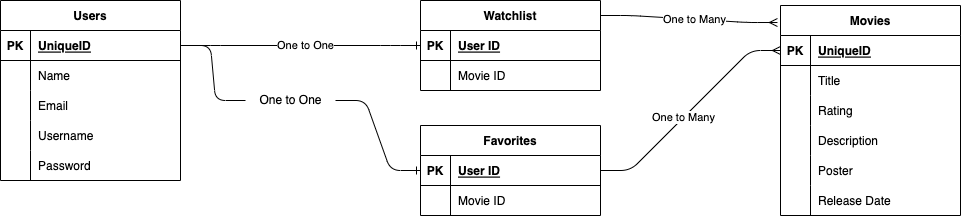
awellsbiz/mavericks-mern-server keeps this draw.io diagram as ERD.drawio.png. Above is the earlier version. Source tidied: cells renumbered, new cells last; positions are measured from the earlier drawing's top-left corner, leaving out a move shared by most shapes.
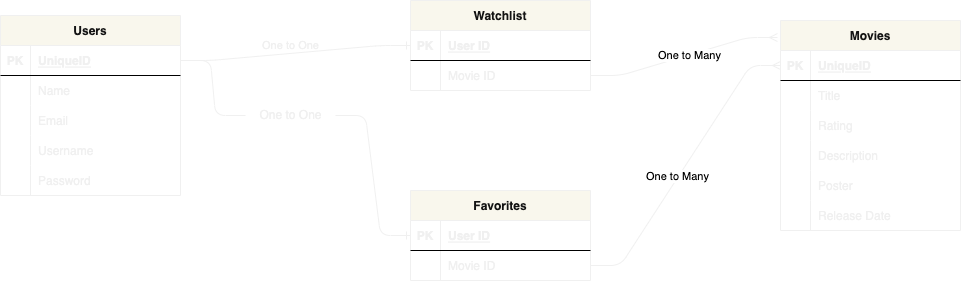
The same diagram one commit later.

Diff of the diagram source:
```diff
@@ -2,16 +2,16 @@
   <root>
     <mxCell id="0" />
     <mxCell id="1" parent="0" />
-    <mxCell id="2" value="Users" style="shape=table;startSize=30;rowLines=0;fontStyle=1;align=center;" parent="1" vertex="1">
+    <mxCell id="2" value="Users" style="shape=table;startSize=30;rowLines=0;fontStyle=1;align=center;fillColor=#f9f7ed;strokeColor=#F0F0F0;fontColor=#141414;" parent="1" vertex="1">
       <mxGeometry width="180" height="180" as="geometry" />
     </mxCell>
     <mxCell id="3" style="shape=tableRow;horizontal=0;startSize=0;swimlaneHead=0;swimlaneBody=0;fillColor=none;points=[[0,0.5],[1,0.5]];portConstraint=eastwest;top=0;left=0;right=0;bottom=1;" parent="2" vertex="1">
       <mxGeometry y="30" width="180" height="30" as="geometry" />
     </mxCell>
-    <mxCell id="4" value="PK" style="shape=partialRectangle;fillColor=none;top=0;left=0;bottom=0;right=0;fontStyle=1;overflow=hidden;" parent="3" vertex="1">
+    <mxCell id="4" value="PK" style="shape=partialRectangle;fillColor=none;top=0;left=0;bottom=0;right=0;fontStyle=1;overflow=hidden;fontColor=#F0F0F0;" parent="3" vertex="1">
       <mxGeometry width="30" height="30" as="geometry" />
     </mxCell>
-    <mxCell id="5" value="UniqueID" style="shape=partialRectangle;fillColor=none;top=0;left=0;bottom=0;right=0;align=left;spacingLeft=6;fontStyle=5;overflow=hidden;" parent="3" vertex="1">
+    <mxCell id="5" value="UniqueID" style="shape=partialRectangle;fillColor=none;top=0;left=0;bottom=0;right=0;align=left;spacingLeft=6;fontStyle=5;overflow=hidden;fontColor=#F0F0F0;" parent="3" vertex="1">
       <mxGeometry x="30" width="150" height="30" as="geometry" />
     </mxCell>
     <mxCell id="6" style="shape=tableRow;horizontal=0;startSize=0;swimlaneHead=0;swimlaneBody=0;fillColor=none;top=0;left=0;right=0;bottom=0;" parent="2" vertex="1">
@@ -20,7 +20,7 @@
     <mxCell id="7" style="shape=partialRectangle;fillColor=none;top=0;left=0;bottom=0;right=0;overflow=hidden;" parent="6" vertex="1">
       <mxGeometry width="30" height="30" as="geometry" />
     </mxCell>
-    <mxCell id="8" value="Name" style="shape=partialRectangle;fillColor=none;top=0;left=0;bottom=0;right=0;align=left;spacingLeft=6;overflow=hidden;" parent="6" vertex="1">
+    <mxCell id="8" value="Name" style="shape=partialRectangle;fillColor=none;top=0;left=0;bottom=0;right=0;align=left;spacingLeft=6;overflow=hidden;fontColor=#F0F0F0;" parent="6" vertex="1">
       <mxGeometry x="30" width="150" height="30" as="geometry" />
     </mxCell>
     <mxCell id="9" style="shape=tableRow;horizontal=0;startSize=0;swimlaneHead=0;swimlaneBody=0;fillColor=none;top=0;left=0;right=0;bottom=0;" parent="2" vertex="1">
@@ -29,7 +29,7 @@
     <mxCell id="10" style="shape=partialRectangle;fillColor=none;top=0;left=0;bottom=0;right=0;overflow=hidden;" parent="9" vertex="1">
       <mxGeometry width="30" height="30" as="geometry" />
     </mxCell>
-    <mxCell id="11" value="Email" style="shape=partialRectangle;fillColor=none;top=0;left=0;bottom=0;right=0;align=left;spacingLeft=6;overflow=hidden;" parent="9" vertex="1">
+    <mxCell id="11" value="Email" style="shape=partialRectangle;fillColor=none;top=0;left=0;bottom=0;right=0;align=left;spacingLeft=6;overflow=hidden;fontColor=#F0F0F0;" parent="9" vertex="1">
       <mxGeometry x="30" width="150" height="30" as="geometry" />
     </mxCell>
     <mxCell id="12" style="shape=tableRow;horizontal=0;startSize=0;swimlaneHead=0;swimlaneBody=0;fillColor=none;top=0;left=0;right=0;bottom=0;" parent="2" vertex="1">
@@ -38,7 +38,7 @@
     <mxCell id="13" style="shape=partialRectangle;fillColor=none;top=0;left=0;bottom=0;right=0;overflow=hidden;" parent="12" vertex="1">
       <mxGeometry width="30" height="30" as="geometry" />
     </mxCell>
-    <mxCell id="14" value="Username" style="shape=partialRectangle;fillColor=none;top=0;left=0;bottom=0;right=0;align=left;spacingLeft=6;overflow=hidden;" parent="12" vertex="1">
+    <mxCell id="14" value="Username" style="shape=partialRectangle;fillColor=none;top=0;left=0;bottom=0;right=0;align=left;spacingLeft=6;overflow=hidden;fontColor=#F0F0F0;" parent="12" vertex="1">
       <mxGeometry x="30" width="150" height="30" as="geometry" />
     </mxCell>
     <mxCell id="15" style="shape=tableRow;horizontal=0;startSize=0;swimlaneHead=0;swimlaneBody=0;fillColor=none;top=0;left=0;right=0;bottom=0;" parent="2" vertex="1">
@@ -47,19 +47,19 @@
     <mxCell id="16" style="shape=partialRectangle;fillColor=none;top=0;left=0;bottom=0;right=0;overflow=hidden;" parent="15" vertex="1">
       <mxGeometry width="30" height="30" as="geometry" />
     </mxCell>
-    <mxCell id="17" value="Password" style="shape=partialRectangle;fillColor=none;top=0;left=0;bottom=0;right=0;align=left;spacingLeft=6;overflow=hidden;" parent="15" vertex="1">
+    <mxCell id="17" value="Password" style="shape=partialRectangle;fillColor=none;top=0;left=0;bottom=0;right=0;align=left;spacingLeft=6;overflow=hidden;fontColor=#F0F0F0;" parent="15" vertex="1">
       <mxGeometry x="30" width="150" height="30" as="geometry" />
     </mxCell>
-    <mxCell id="18" value="Movies" style="shape=table;startSize=30;rowLines=0;fontStyle=1;align=center;" parent="1" vertex="1">
+    <mxCell id="18" value="Movies" style="shape=table;startSize=30;rowLines=0;fontStyle=1;align=center;fillColor=#f9f7ed;strokeColor=#F0F0F0;fontColor=#141414;" parent="1" vertex="1">
       <mxGeometry x="780" y="5" width="180" height="210" as="geometry" />
     </mxCell>
     <mxCell id="19" style="shape=tableRow;horizontal=0;startSize=0;swimlaneHead=0;swimlaneBody=0;fillColor=none;points=[[0,0.5],[1,0.5]];portConstraint=eastwest;top=0;left=0;right=0;bottom=1;" parent="18" vertex="1">
       <mxGeometry y="30" width="180" height="30" as="geometry" />
     </mxCell>
-    <mxCell id="20" value="PK" style="shape=partialRectangle;fillColor=none;top=0;left=0;bottom=0;right=0;fontStyle=1;overflow=hidden;" parent="19" vertex="1">
+    <mxCell id="20" value="PK" style="shape=partialRectangle;fillColor=none;top=0;left=0;bottom=0;right=0;fontStyle=1;overflow=hidden;fontColor=#F0F0F0;" parent="19" vertex="1">
       <mxGeometry width="30" height="30" as="geometry" />
     </mxCell>
-    <mxCell id="21" value="UniqueID" style="shape=partialRectangle;fillColor=none;top=0;left=0;bottom=0;right=0;align=left;spacingLeft=6;fontStyle=5;overflow=hidden;" parent="19" vertex="1">
+    <mxCell id="21" value="UniqueID" style="shape=partialRectangle;fillColor=none;top=0;left=0;bottom=0;right=0;align=left;spacingLeft=6;fontStyle=5;overflow=hidden;fontColor=#F0F0F0;" parent="19" vertex="1">
       <mxGeometry x="30" width="150" height="30" as="geometry" />
     </mxCell>
     <mxCell id="22" style="shape=tableRow;horizontal=0;startSize=0;swimlaneHead=0;swimlaneBody=0;fillColor=none;top=0;left=0;right=0;bottom=0;" parent="18" vertex="1">
@@ -68,7 +68,7 @@
     <mxCell id="23" style="shape=partialRectangle;fillColor=none;top=0;left=0;bottom=0;right=0;overflow=hidden;" parent="22" vertex="1">
       <mxGeometry width="30" height="30" as="geometry" />
     </mxCell>
-    <mxCell id="24" value="Title" style="shape=partialRectangle;fillColor=none;top=0;left=0;bottom=0;right=0;align=left;spacingLeft=6;overflow=hidden;" parent="22" vertex="1">
+    <mxCell id="24" value="Title" style="shape=partialRectangle;fillColor=none;top=0;left=0;bottom=0;right=0;align=left;spacingLeft=6;overflow=hidden;fontColor=#F0F0F0;" parent="22" vertex="1">
       <mxGeometry x="30" width="150" height="30" as="geometry" />
     </mxCell>
     <mxCell id="25" style="shape=tableRow;horizontal=0;startSize=0;swimlaneHead=0;swimlaneBody=0;fillColor=none;top=0;left=0;right=0;bottom=0;" parent="18" vertex="1">
@@ -77,7 +77,7 @@
     <mxCell id="26" style="shape=partialRectangle;fillColor=none;top=0;left=0;bottom=0;right=0;overflow=hidden;" parent="25" vertex="1">
       <mxGeometry width="30" height="30" as="geometry" />
     </mxCell>
-    <mxCell id="27" value="Rating" style="shape=partialRectangle;fillColor=none;top=0;left=0;bottom=0;right=0;align=left;spacingLeft=6;overflow=hidden;" parent="25" vertex="1">
+    <mxCell id="27" value="Rating" style="shape=partialRectangle;fillColor=none;top=0;left=0;bottom=0;right=0;align=left;spacingLeft=6;overflow=hidden;fontColor=#F0F0F0;" parent="25" vertex="1">
       <mxGeometry x="30" width="150" height="30" as="geometry" />
     </mxCell>
     <mxCell id="28" style="shape=tableRow;horizontal=0;startSize=0;swimlaneHead=0;swimlaneBody=0;fillColor=none;top=0;left=0;right=0;bottom=0;" parent="18" vertex="1">
@@ -86,7 +86,7 @@
     <mxCell id="29" value="    " style="shape=partialRectangle;fillColor=none;top=0;left=0;bottom=0;right=0;overflow=hidden;" parent="28" vertex="1">
       <mxGeometry width="30" height="30" as="geometry" />
     </mxCell>
-    <mxCell id="30" value="Description" style="shape=partialRectangle;fillColor=none;top=0;left=0;bottom=0;right=0;align=left;spacingLeft=6;overflow=hidden;" parent="28" vertex="1">
+    <mxCell id="30" value="Description" style="shape=partialRectangle;fillColor=none;top=0;left=0;bottom=0;right=0;align=left;spacingLeft=6;overflow=hidden;fontColor=#F0F0F0;" parent="28" vertex="1">
       <mxGeometry x="30" width="150" height="30" as="geometry" />
     </mxCell>
     <mxCell id="31" style="shape=tableRow;horizontal=0;startSize=0;swimlaneHead=0;swimlaneBody=0;fillColor=none;top=0;left=0;right=0;bottom=0;" parent="18" vertex="1">
@@ -95,7 +95,7 @@
     <mxCell id="32" style="shape=partialRectangle;fillColor=none;top=0;left=0;bottom=0;right=0;overflow=hidden;" parent="31" vertex="1">
       <mxGeometry width="30" height="30" as="geometry" />
     </mxCell>
-    <mxCell id="33" value="Poster" style="shape=partialRectangle;fillColor=none;top=0;left=0;bottom=0;right=0;align=left;spacingLeft=6;overflow=hidden;" parent="31" vertex="1">
+    <mxCell id="33" value="Poster" style="shape=partialRectangle;fillColor=none;top=0;left=0;bottom=0;right=0;align=left;spacingLeft=6;overflow=hidden;fontColor=#F0F0F0;" parent="31" vertex="1">
       <mxGeometry x="30" width="150" height="30" as="geometry" />
     </mxCell>
     <mxCell id="34" style="shape=tableRow;horizontal=0;startSize=0;swimlaneHead=0;swimlaneBody=0;fillColor=none;top=0;left=0;right=0;bottom=0;" parent="18" vertex="1">
@@ -104,19 +104,19 @@
     <mxCell id="35" style="shape=partialRectangle;fillColor=none;top=0;left=0;bottom=0;right=0;overflow=hidden;" parent="34" vertex="1">
       <mxGeometry width="30" height="30" as="geometry" />
     </mxCell>
-    <mxCell id="36" value="Release Date" style="shape=partialRectangle;fillColor=none;top=0;left=0;bottom=0;right=0;align=left;spacingLeft=6;overflow=hidden;" parent="34" vertex="1">
+    <mxCell id="36" value="Release Date" style="shape=partialRectangle;fillColor=none;top=0;left=0;bottom=0;right=0;align=left;spacingLeft=6;overflow=hidden;fontColor=#F0F0F0;" parent="34" vertex="1">
       <mxGeometry x="30" width="150" height="30" as="geometry" />
     </mxCell>
-    <mxCell id="37" value="Watchlist" style="shape=table;startSize=30;rowLines=0;fontStyle=1;align=center;" parent="1" vertex="1">
-      <mxGeometry x="420" width="180" height="90" as="geometry" />
+    <mxCell id="37" value="Watchlist" style="shape=table;startSize=30;rowLines=0;fontStyle=1;align=center;fillColor=#f9f7ed;strokeColor=#F0F0F0;fontColor=#141414;" parent="1" vertex="1">
+      <mxGeometry x="410" y="-15" width="180" height="90" as="geometry" />
     </mxCell>
     <mxCell id="38" style="shape=tableRow;horizontal=0;startSize=0;swimlaneHead=0;swimlaneBody=0;fillColor=none;points=[[0,0.5],[1,0.5]];portConstraint=eastwest;top=0;left=0;right=0;bottom=1;" parent="37" vertex="1">
       <mxGeometry y="30" width="180" height="30" as="geometry" />
     </mxCell>
-    <mxCell id="39" value="PK" style="shape=partialRectangle;fillColor=none;top=0;left=0;bottom=0;right=0;fontStyle=1;overflow=hidden;" parent="38" vertex="1">
+    <mxCell id="39" value="PK" style="shape=partialRectangle;fillColor=none;top=0;left=0;bottom=0;right=0;fontStyle=1;overflow=hidden;fontColor=#F0F0F0;" parent="38" vertex="1">
       <mxGeometry width="30" height="30" as="geometry" />
     </mxCell>
-    <mxCell id="40" value="User ID" style="shape=partialRectangle;fillColor=none;top=0;left=0;bottom=0;right=0;align=left;spacingLeft=6;fontStyle=5;overflow=hidden;" parent="38" vertex="1">
+    <mxCell id="40" value="User ID" style="shape=partialRectangle;fillColor=none;top=0;left=0;bottom=0;right=0;align=left;spacingLeft=6;fontStyle=5;overflow=hidden;fontColor=#F0F0F0;" parent="38" vertex="1">
       <mxGeometry x="30" width="150" height="30" as="geometry" />
     </mxCell>
     <mxCell id="41" style="shape=tableRow;horizontal=0;startSize=0;swimlaneHead=0;swimlaneBody=0;fillColor=none;points=[[0,0.5],[1,0.5]];portConstraint=eastwest;top=0;left=0;right=0;bottom=0;" parent="37" vertex="1">
@@ -125,19 +125,19 @@
     <mxCell id="42" style="shape=partialRectangle;fillColor=none;top=0;left=0;bottom=0;right=0;overflow=hidden;" parent="41" vertex="1">
       <mxGeometry width="30" height="30" as="geometry" />
     </mxCell>
-    <mxCell id="43" value="Movie ID" style="shape=partialRectangle;fillColor=none;top=0;left=0;bottom=0;right=0;align=left;spacingLeft=6;overflow=hidden;" parent="41" vertex="1">
+    <mxCell id="43" value="Movie ID" style="shape=partialRectangle;fillColor=none;top=0;left=0;bottom=0;right=0;align=left;spacingLeft=6;overflow=hidden;fontColor=#F0F0F0;" parent="41" vertex="1">
       <mxGeometry x="30" width="150" height="30" as="geometry" />
     </mxCell>
-    <mxCell id="44" value="Favorites" style="shape=table;startSize=30;rowLines=0;fontStyle=1;align=center;" parent="1" vertex="1">
-      <mxGeometry x="420" y="125" width="180" height="90" as="geometry" />
+    <mxCell id="44" value="Favorites" style="shape=table;startSize=30;rowLines=0;fontStyle=1;align=center;fillColor=#f9f7ed;strokeColor=#F0F0F0;fontColor=#141414;" parent="1" vertex="1">
+      <mxGeometry x="410" y="175" width="180" height="90" as="geometry" />
     </mxCell>
     <mxCell id="45" style="shape=tableRow;horizontal=0;startSize=0;swimlaneHead=0;swimlaneBody=0;fillColor=none;points=[[0,0.5],[1,0.5]];portConstraint=eastwest;top=0;left=0;right=0;bottom=1;" parent="44" vertex="1">
       <mxGeometry y="30" width="180" height="30" as="geometry" />
     </mxCell>
-    <mxCell id="46" value="PK" style="shape=partialRectangle;fillColor=none;top=0;left=0;bottom=0;right=0;fontStyle=1;overflow=hidden;" parent="45" vertex="1">
+    <mxCell id="46" value="PK" style="shape=partialRectangle;fillColor=none;top=0;left=0;bottom=0;right=0;fontStyle=1;overflow=hidden;fontColor=#F0F0F0;" parent="45" vertex="1">
       <mxGeometry width="30" height="30" as="geometry" />
     </mxCell>
-    <mxCell id="47" value="User ID" style="shape=partialRectangle;fillColor=none;top=0;left=0;bottom=0;right=0;align=left;spacingLeft=6;fontStyle=5;overflow=hidden;" parent="45" vertex="1">
+    <mxCell id="47" value="User ID" style="shape=partialRectangle;fillColor=none;top=0;left=0;bottom=0;right=0;align=left;spacingLeft=6;fontStyle=5;overflow=hidden;fontColor=#F0F0F0;" parent="45" vertex="1">
       <mxGeometry x="30" width="150" height="30" as="geometry" />
     </mxCell>
     <mxCell id="48" style="shape=tableRow;horizontal=0;startSize=0;swimlaneHead=0;swimlaneBody=0;fillColor=none;points=[[0,0.5],[1,0.5]];portConstraint=eastwest;top=0;left=0;right=0;bottom=0;" parent="44" vertex="1">
@@ -146,35 +146,35 @@
     <mxCell id="49" style="shape=partialRectangle;fillColor=none;top=0;left=0;bottom=0;right=0;overflow=hidden;" parent="48" vertex="1">
       <mxGeometry width="30" height="30" as="geometry" />
     </mxCell>
-    <mxCell id="50" value="Movie ID" style="shape=partialRectangle;fillColor=none;top=0;left=0;bottom=0;right=0;align=left;spacingLeft=6;overflow=hidden;" parent="48" vertex="1">
+    <mxCell id="50" value="Movie ID" style="shape=partialRectangle;fillColor=none;top=0;left=0;bottom=0;right=0;align=left;spacingLeft=6;overflow=hidden;fontColor=#F0F0F0;" parent="48" vertex="1">
       <mxGeometry x="30" width="150" height="30" as="geometry" />
     </mxCell>
-    <mxCell id="51" style="edgeStyle=entityRelationEdgeStyle;fontSize=12;html=1;endArrow=ERone;endFill=1;exitX=1;exitY=0.5;exitDx=0;exitDy=0;entryX=0;entryY=0.5;entryDx=0;entryDy=0;startArrow=none;" parent="1" edge="1" source="55" target="45">
+    <mxCell id="51" style="edgeStyle=entityRelationEdgeStyle;fontSize=12;html=1;endArrow=ERone;endFill=1;exitX=1;exitY=0.5;exitDx=0;exitDy=0;entryX=0;entryY=0.5;entryDx=0;entryDy=0;startArrow=none;labelBackgroundColor=#F0F0F0;strokeColor=#F0F0F0;" parent="1" edge="1" source="55" target="45">
       <mxGeometry relative="1" as="geometry" />
     </mxCell>
-    <mxCell id="52" style="edgeStyle=entityRelationEdgeStyle;fontSize=12;html=1;endArrow=ERone;endFill=1;entryX=0;entryY=0.5;entryDx=0;entryDy=0;" parent="1" edge="1" target="38">
+    <mxCell id="52" style="edgeStyle=entityRelationEdgeStyle;fontSize=12;html=1;endArrow=ERone;endFill=1;entryX=0;entryY=0.5;entryDx=0;entryDy=0;labelBackgroundColor=#F0F0F0;strokeColor=#F0F0F0;" parent="1" edge="1" target="38">
       <mxGeometry relative="1" as="geometry">
         <mxPoint x="180" y="45" as="sourcePoint" />
       </mxGeometry>
     </mxCell>
-    <mxCell id="53" value="One to One" style="edgeLabel;html=1;align=center;verticalAlign=middle;" parent="52" vertex="1">
-      <mxGeometry x="0.04" y="1" relative="1" as="geometry" />
+    <mxCell id="53" value="One to One" style="edgeLabel;html=1;align=center;verticalAlign=middle;fontColor=#F0F0F0;labelBackgroundColor=none;" parent="52" vertex="1">
+      <mxGeometry x="0.09" y="-2" relative="1" as="geometry">
+        <mxPoint x="-15" y="-9" as="offset" />
+      </mxGeometry>
     </mxCell>
-    <mxCell id="54" style="edgeStyle=entityRelationEdgeStyle;fontSize=12;html=1;endArrow=none;endFill=1;exitX=1;exitY=0.5;exitDx=0;exitDy=0;entryX=0;entryY=0.5;entryDx=0;entryDy=0;" parent="1" edge="1" source="3" target="55">
+    <mxCell id="54" style="edgeStyle=entityRelationEdgeStyle;fontSize=12;html=1;endArrow=none;endFill=1;exitX=1;exitY=0.5;exitDx=0;exitDy=0;entryX=0;entryY=0.5;entryDx=0;entryDy=0;strokeColor=#F0F0F0;" parent="1" edge="1" source="3" target="55">
       <mxGeometry relative="1" as="geometry" />
     </mxCell>
-    <mxCell id="55" value="One to One" style="text;html=1;align=center;verticalAlign=middle;points=[];strokeColor=none;fillColor=none;" parent="1" vertex="1">
+    <mxCell id="55" value="One to One" style="text;html=1;align=center;verticalAlign=middle;points=[];fontColor=#F0F0F0;" parent="1" vertex="1">
       <mxGeometry x="245" y="85" width="90" height="30" as="geometry" />
     </mxCell>
-    <mxCell id="56" style="edgeStyle=entityRelationEdgeStyle;fontSize=12;html=1;endArrow=ERmany;entryX=-0.017;entryY=0.081;entryDx=0;entryDy=0;entryPerimeter=0;" parent="1" edge="1" target="18">
-      <mxGeometry relative="1" as="geometry">
-        <mxPoint x="600" y="15" as="sourcePoint" />
-      </mxGeometry>
+    <mxCell id="56" style="edgeStyle=entityRelationEdgeStyle;fontSize=12;html=1;endArrow=ERmany;entryX=-0.017;entryY=0.081;entryDx=0;entryDy=0;entryPerimeter=0;exitX=1;exitY=0.5;exitDx=0;exitDy=0;labelBackgroundColor=#F0F0F0;strokeColor=#F0F0F0;" parent="1" edge="1" source="41" target="18">
+      <mxGeometry relative="1" as="geometry" />
     </mxCell>
     <mxCell id="57" value="One to Many" style="edgeLabel;html=1;align=center;verticalAlign=middle;" parent="56" vertex="1">
       <mxGeometry x="0.06" relative="1" as="geometry" />
     </mxCell>
-    <mxCell id="58" style="edgeStyle=entityRelationEdgeStyle;fontSize=12;html=1;endArrow=ERmany;entryX=0;entryY=0.5;entryDx=0;entryDy=0;exitX=1;exitY=0.5;exitDx=0;exitDy=0;endFill=0;startSize=8;" parent="1" edge="1" source="45" target="19">
+    <mxCell id="58" style="edgeStyle=entityRelationEdgeStyle;fontSize=12;html=1;endArrow=ERmany;entryX=0;entryY=0.5;entryDx=0;entryDy=0;endFill=0;startSize=8;labelBackgroundColor=#F0F0F0;strokeColor=#F0F0F0;" parent="1" edge="1" source="48" target="19">
       <mxGeometry relative="1" as="geometry" />
     </mxCell>
     <mxCell id="59" value="One to Many" style="edgeLabel;html=1;align=center;verticalAlign=middle;" parent="58" vertex="1">
```
